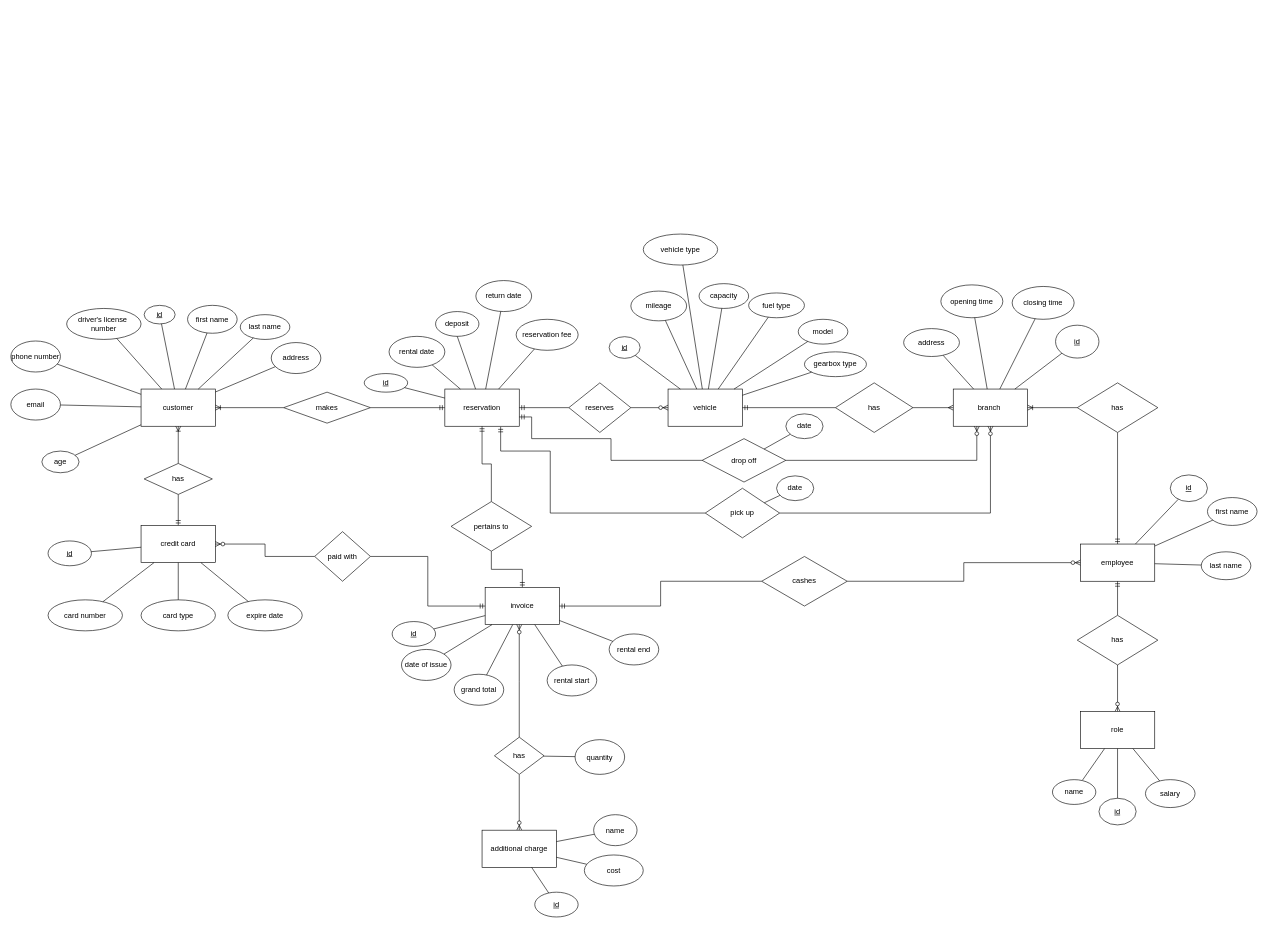
Earlier version of the draw.io diagram Database-Development/ermodel.drawio.xml (Cosmic0wl/FSWD70-Valentina-Panetta-CodeReview-09). Source tidied: cells renumbered, new cells numbered last; positions are measured from the earlier drawing's top-left corner, leaving out a move shared by most shapes. Both pictures are drawn from the tidied source at 62%, with x=0, y=0 at pixel (11, 234).
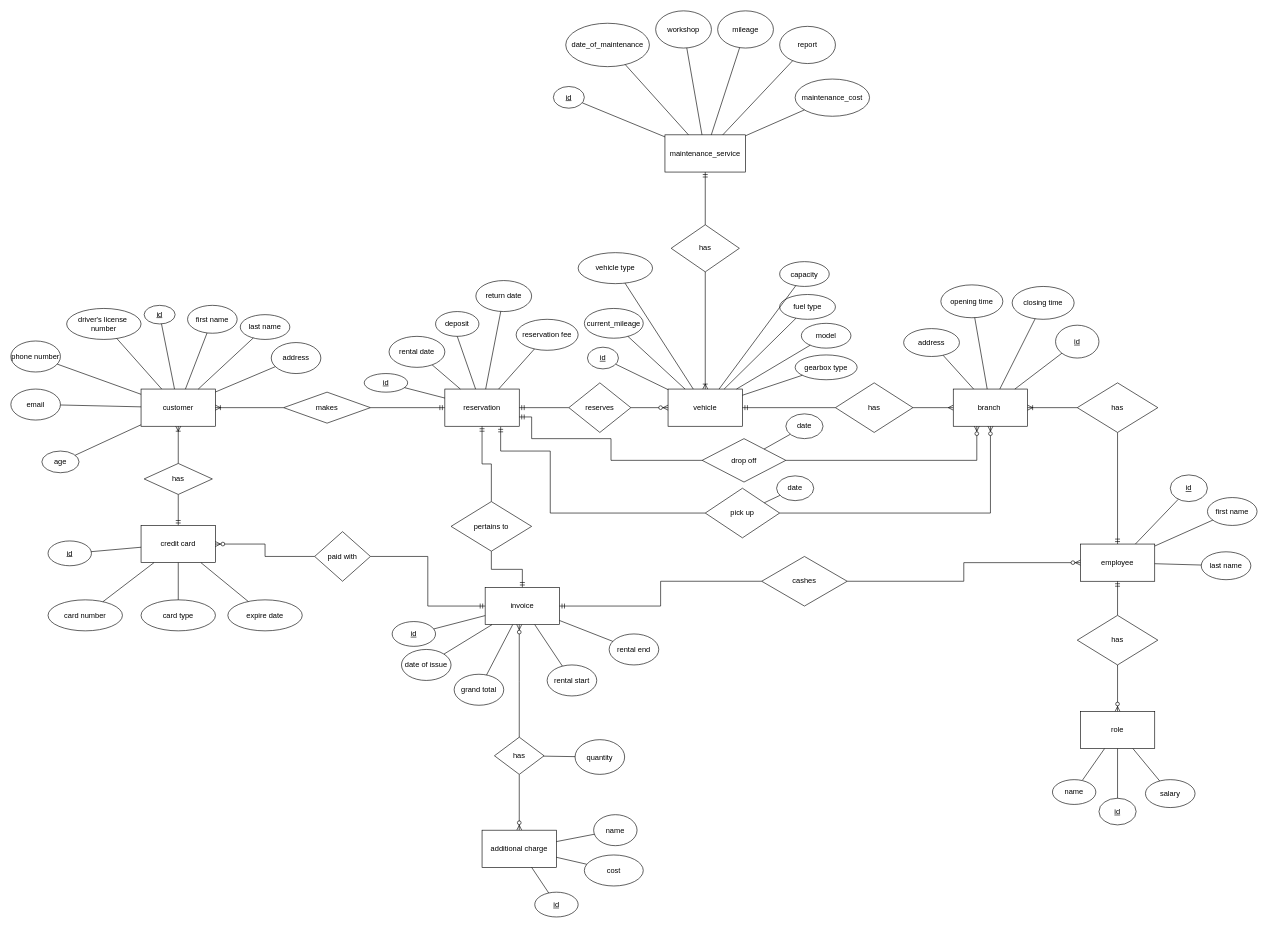
The same page after the edit.

Unchanged cells that the change refers to:
```xml
<mxCell id="35" value="vehicle" style="rounded=0;whiteSpace=wrap;html=1;" parent="1" vertex="1">
  <mxGeometry x="1060" y="250" width="120" height="60" as="geometry" />
</mxCell>
```

Diff of the diagram source:
```diff
@@
     <mxCell id="39" value="&lt;u&gt;id&lt;/u&gt;" style="ellipse;whiteSpace=wrap;html=1;" parent="1" vertex="1">
-      <mxGeometry x="965" y="165.5" width="50" height="35" as="geometry" />
+      <mxGeometry x="930" y="182.5" width="50" height="35" as="geometry" />
     </mxCell>
-    <mxCell id="40" value="mileage" style="ellipse;whiteSpace=wrap;html=1;" parent="1" vertex="1">
-      <mxGeometry x="1000" y="92" width="90" height="48" as="geometry" />
+    <mxCell id="40" value="current_mileage" style="ellipse;whiteSpace=wrap;html=1;" parent="1" vertex="1">
+      <mxGeometry x="925" y="120" width="95" height="48" as="geometry" />
     </mxCell>
     <mxCell id="41" value="capacity" style="ellipse;whiteSpace=wrap;html=1;" parent="1" vertex="1">
-      <mxGeometry x="1110" y="80" width="80" height="40" as="geometry" />
+      <mxGeometry x="1240" y="44.5" width="80" height="40" as="geometry" />
     </mxCell>
     <mxCell id="42" value="model" style="ellipse;whiteSpace=wrap;html=1;" parent="1" vertex="1">
-      <mxGeometry x="1270" y="137.5" width="80" height="40" as="geometry" />
+      <mxGeometry x="1275" y="144" width="80" height="40" as="geometry" />
     </mxCell>
     <mxCell id="43" value="fuel type" style="ellipse;whiteSpace=wrap;html=1;" parent="1" vertex="1">
-      <mxGeometry x="1190" y="95" width="90" height="40" as="geometry" />
+      <mxGeometry x="1240" y="97.5" width="90" height="40" as="geometry" />
     </mxCell>
     <mxCell id="44" value="gearbox type" style="ellipse;whiteSpace=wrap;html=1;" parent="1" vertex="1">
-      <mxGeometry x="1280" y="190" width="100" height="40" as="geometry" />
+      <mxGeometry x="1265" y="195" width="100" height="40" as="geometry" />
     </mxCell>
@@
     <mxCell id="59" value="vehicle type" style="ellipse;whiteSpace=wrap;html=1;" parent="1" vertex="1">
-      <mxGeometry x="1020" width="120" height="50" as="geometry" />
+      <mxGeometry x="915" y="30" width="120" height="50" as="geometry" />
     </mxCell>
@@
+    <mxCell id="137" style="edgeStyle=orthogonalEdgeStyle;rounded=0;jettySize=auto;html=1;entryX=0.5;entryY=0;entryDx=0;entryDy=0;endArrow=ERoneToMany;endFill=0;" parent="1" edge="1" source="139" target="35">
+      <mxGeometry relative="1" as="geometry" />
+    </mxCell>
+    <mxCell id="138" style="edgeStyle=orthogonalEdgeStyle;rounded=0;jettySize=auto;html=1;exitX=0.5;exitY=0;exitDx=0;exitDy=0;endArrow=ERmandOne;endFill=0;" parent="1" edge="1" source="139" target="140">
+      <mxGeometry relative="1" as="geometry" />
+    </mxCell>
+    <mxCell id="139" value="has" style="rhombus;whiteSpace=wrap;html=1;" parent="1" vertex="1">
+      <mxGeometry x="1065" y="-15" width="110" height="76" as="geometry" />
+    </mxCell>
+    <mxCell id="140" value="maintenance_service" style="rounded=0;whiteSpace=wrap;html=1;" parent="1" vertex="1">
+      <mxGeometry x="1055" y="-160" width="130" height="60" as="geometry" />
+    </mxCell>
+    <mxCell id="141" value="workshop" style="ellipse;whiteSpace=wrap;html=1;" parent="1" vertex="1">
+      <mxGeometry x="1040" y="-360" width="90" height="60" as="geometry" />
+    </mxCell>
+    <mxCell id="142" value="mileage" style="ellipse;whiteSpace=wrap;html=1;" parent="1" vertex="1">
+      <mxGeometry x="1140" y="-360" width="90" height="60" as="geometry" />
+    </mxCell>
+    <mxCell id="143" value="date_of_maintenance" style="ellipse;whiteSpace=wrap;html=1;" parent="1" vertex="1">
+      <mxGeometry x="895" y="-340" width="135" height="70" as="geometry" />
+    </mxCell>
+    <mxCell id="144" value="report" style="ellipse;whiteSpace=wrap;html=1;" parent="1" vertex="1">
+      <mxGeometry x="1240" y="-335" width="90" height="60" as="geometry" />
+    </mxCell>
+    <mxCell id="145" value="maintenance_cost" style="ellipse;whiteSpace=wrap;html=1;" parent="1" vertex="1">
+      <mxGeometry x="1265" y="-250" width="120" height="60" as="geometry" />
+    </mxCell>
+    <mxCell id="146" value="&lt;u&gt;id&lt;/u&gt;" style="ellipse;whiteSpace=wrap;html=1;" parent="1" vertex="1">
+      <mxGeometry x="875" y="-238" width="50" height="35" as="geometry" />
+    </mxCell>
+    <mxCell id="147" style="endArrow=none;html=1;" parent="1" edge="1" source="140" target="146">
+      <mxGeometry relative="1" as="geometry" />
+    </mxCell>
+    <mxCell id="148" style="endArrow=none;html=1;" parent="1" edge="1" source="140" target="143">
+      <mxGeometry relative="1" as="geometry" />
+    </mxCell>
+    <mxCell id="149" style="endArrow=none;html=1;" parent="1" edge="1" source="140" target="141">
+      <mxGeometry relative="1" as="geometry" />
+    </mxCell>
+    <mxCell id="150" style="endArrow=none;html=1;" parent="1" edge="1" source="140" target="142">
+      <mxGeometry relative="1" as="geometry" />
+    </mxCell>
+    <mxCell id="151" style="endArrow=none;html=1;" parent="1" edge="1" source="140" target="144">
+      <mxGeometry relative="1" as="geometry" />
+    </mxCell>
+    <mxCell id="152" style="endArrow=none;html=1;" parent="1" edge="1" source="140" target="145">
+      <mxGeometry relative="1" as="geometry" />
+    </mxCell>
```
